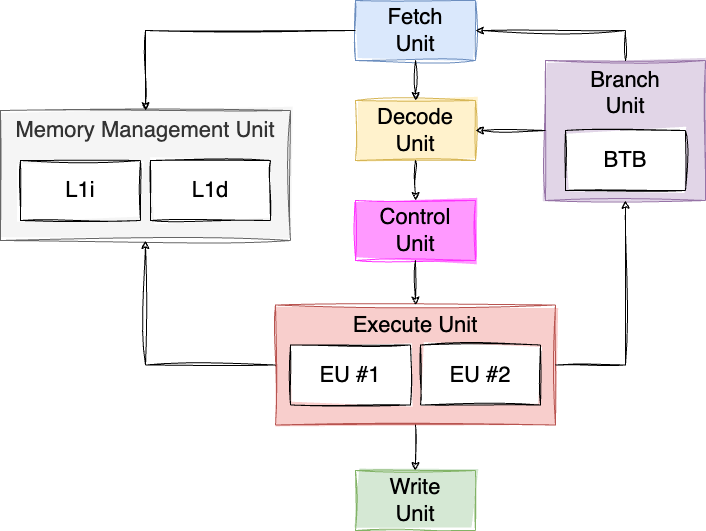
Earlier version of the draw.io export res/majorana-mvp-6.drawio.png (teivah/majorana). Source tidied: cells renumbered, new cells last; positions are measured from the earlier drawing's top-left corner, leaving out a move shared by most shapes.
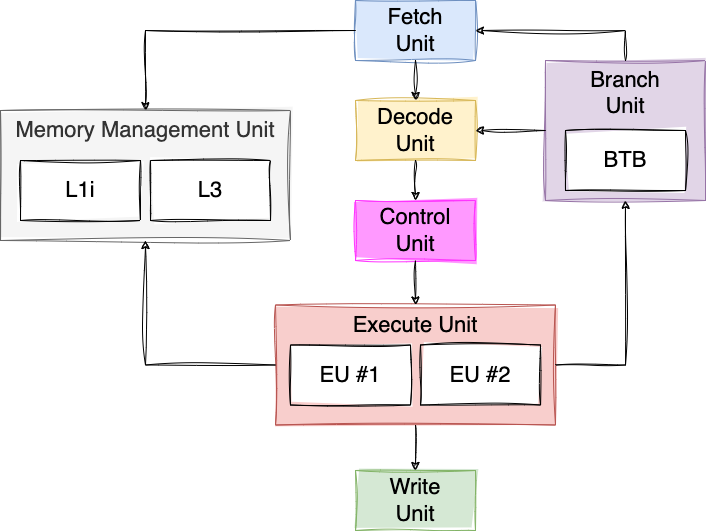
Later version of the same file.

Diff of the diagram source:
```diff
@@ -61,7 +61,7 @@
     <mxCell id="20" style="endArrow=classic;html=1;rounded=0;sketch=1;curveFitting=1;jiggle=2;entryX=0.5;entryY=0;entryDx=0;entryDy=0;exitX=0.5;exitY=1;exitDx=0;exitDy=0;" parent="1" edge="1" source="19" target="6">
       <mxGeometry relative="1" as="geometry" />
     </mxCell>
-    <mxCell id="21" value="L1d" style="rounded=0;whiteSpace=wrap;html=1;sketch=1;curveFitting=1;jiggle=2;fontSize=22;fillStyle=solid;" parent="1" vertex="1">
+    <mxCell id="21" value="L3" style="rounded=0;whiteSpace=wrap;html=1;sketch=1;curveFitting=1;jiggle=2;fontSize=22;fillStyle=solid;" parent="1" vertex="1">
       <mxGeometry x="150" y="160" width="120" height="60" as="geometry" />
     </mxCell>
     <mxCell id="22" style="endArrow=classic;html=1;rounded=0;exitX=0;exitY=0.5;exitDx=0;exitDy=0;sketch=1;curveFitting=1;jiggle=2;entryX=0.5;entryY=1;entryDx=0;entryDy=0;edgeStyle=orthogonalEdgeStyle;" parent="1" edge="1" source="6" target="2">
```
